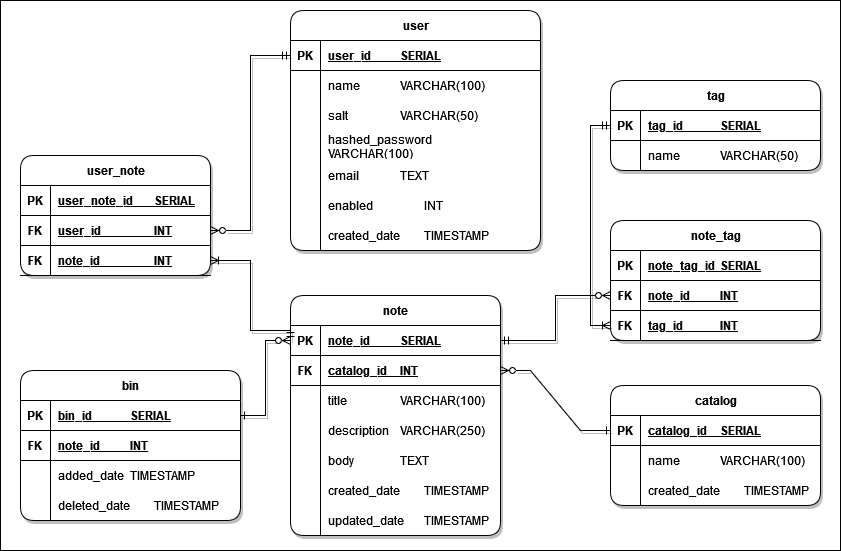
This is DB/ERD-diagram.drawio.png from Tomasz-Zdeb/Software-Engineering-Class-Project, a draw.io export, as it was before one commit. Source tidied: cells renumbered, new cells last; positions are measured from the earlier drawing's top-left corner, leaving out a move shared by most shapes.
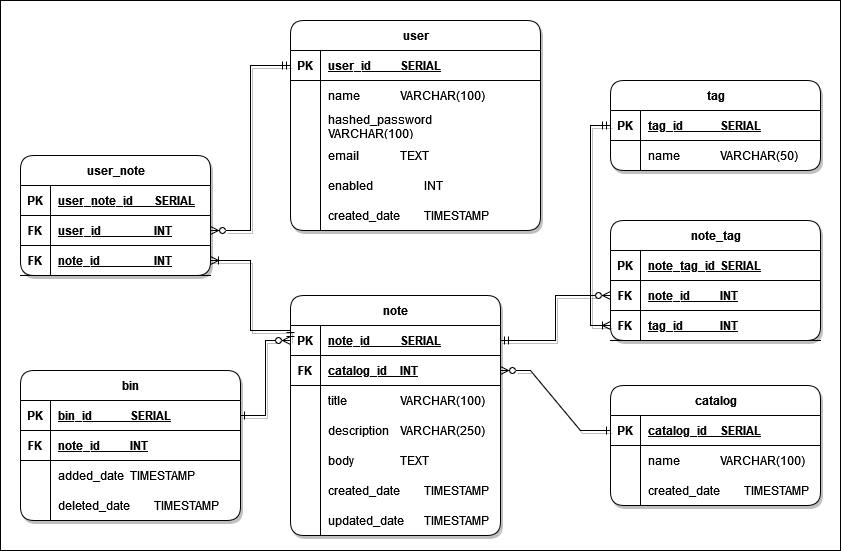
Above is the later version.

Commit message:
Updated diagram with correct hashing columns

Diff of the diagram source:
```diff
@@ -6,7 +6,7 @@
       <mxGeometry width="840" height="550" as="geometry" />
     </mxCell>
     <mxCell id="3" value="user" style="shape=table;startSize=30;rowLines=0;fontStyle=1;align=center;html=1;rounded=1;shadow=1;fillColor=#FFFFFF;gradientColor=none;swimlaneFillColor=default;" parent="1" vertex="1">
-      <mxGeometry x="290" y="10" width="250" height="240" as="geometry" />
+      <mxGeometry x="290" y="20" width="250" height="210" as="geometry" />
     </mxCell>
     <mxCell id="4" style="shape=tableRow;horizontal=0;startSize=0;swimlaneHead=0;swimlaneBody=0;fillColor=none;points=[[0,0.5],[1,0.5]];portConstraint=eastwest;top=0;left=0;right=0;bottom=1;" parent="3" vertex="1">
       <mxGeometry y="30" width="250" height="30" as="geometry" />
@@ -26,17 +26,8 @@
     <mxCell id="9" value="&lt;div align=&quot;justify&quot;&gt;name&lt;span style=&quot;white-space: pre;&quot;&gt;&#9;&lt;/span&gt;&lt;span style=&quot;white-space: pre;&quot;&gt;&#9;VARCHAR&lt;/span&gt;(100)&lt;/div&gt;" style="shape=partialRectangle;fillColor=none;top=0;left=0;bottom=0;right=0;align=left;spacingLeft=6;overflow=hidden;whiteSpace=wrap;html=1;" parent="7" vertex="1">
       <mxGeometry x="30" width="220" height="30" as="geometry" />
     </mxCell>
-    <mxCell id="10" style="shape=tableRow;horizontal=0;startSize=0;swimlaneHead=0;swimlaneBody=0;fillColor=none;top=0;left=0;right=0;bottom=0;" parent="3" vertex="1">
-      <mxGeometry y="90" width="250" height="30" as="geometry" />
-    </mxCell>
-    <mxCell id="11" style="shape=partialRectangle;fillColor=none;top=0;left=0;bottom=0;right=0;overflow=hidden;whiteSpace=wrap;html=1;" parent="10" vertex="1">
-      <mxGeometry width="30" height="30" as="geometry" />
-    </mxCell>
-    <mxCell id="12" value="&lt;div align=&quot;justify&quot;&gt;salt&lt;span style=&quot;white-space: pre;&quot;&gt;&#9;&lt;/span&gt;&lt;span style=&quot;white-space: pre;&quot;&gt;&#9;&lt;/span&gt;&lt;span style=&quot;white-space: pre;&quot;&gt;&#9;&lt;/span&gt;VARCHAR(50)&lt;/div&gt;" style="shape=partialRectangle;fillColor=none;top=0;left=0;bottom=0;right=0;align=left;spacingLeft=6;overflow=hidden;whiteSpace=wrap;html=1;" parent="10" vertex="1">
-      <mxGeometry x="30" width="220" height="30" as="geometry" />
-    </mxCell>
     <mxCell id="13" style="shape=tableRow;horizontal=0;startSize=0;swimlaneHead=0;swimlaneBody=0;fillColor=none;top=0;left=0;right=0;bottom=0;" parent="3" vertex="1">
-      <mxGeometry y="120" width="250" height="30" as="geometry" />
+      <mxGeometry y="90" width="250" height="30" as="geometry" />
     </mxCell>
     <mxCell id="14" style="shape=partialRectangle;fillColor=none;top=0;left=0;bottom=0;right=0;overflow=hidden;whiteSpace=wrap;html=1;" parent="13" vertex="1">
       <mxGeometry width="30" height="30" as="geometry" />
@@ -45,7 +36,7 @@
       <mxGeometry x="30" width="220" height="30" as="geometry" />
     </mxCell>
     <mxCell id="16" style="shape=tableRow;horizontal=0;startSize=0;swimlaneHead=0;swimlaneBody=0;fillColor=none;top=0;left=0;right=0;bottom=0;" parent="3" vertex="1">
-      <mxGeometry y="150" width="250" height="30" as="geometry" />
+      <mxGeometry y="120" width="250" height="30" as="geometry" />
     </mxCell>
     <mxCell id="17" style="shape=partialRectangle;fillColor=none;top=0;left=0;bottom=0;right=0;overflow=hidden;whiteSpace=wrap;html=1;" parent="16" vertex="1">
       <mxGeometry width="30" height="30" as="geometry" />
@@ -54,7 +45,7 @@
       <mxGeometry x="30" width="220" height="30" as="geometry" />
     </mxCell>
     <mxCell id="19" style="shape=tableRow;horizontal=0;startSize=0;swimlaneHead=0;swimlaneBody=0;fillColor=none;top=0;left=0;right=0;bottom=0;" parent="3" vertex="1">
-      <mxGeometry y="180" width="250" height="30" as="geometry" />
+      <mxGeometry y="150" width="250" height="30" as="geometry" />
     </mxCell>
     <mxCell id="20" style="shape=partialRectangle;fillColor=none;top=0;left=0;bottom=0;right=0;overflow=hidden;whiteSpace=wrap;html=1;" parent="19" vertex="1">
       <mxGeometry width="30" height="30" as="geometry" />
@@ -63,7 +54,7 @@
       <mxGeometry x="30" width="220" height="30" as="geometry" />
     </mxCell>
     <mxCell id="22" style="shape=tableRow;horizontal=0;startSize=0;swimlaneHead=0;swimlaneBody=0;fillColor=none;top=0;left=0;right=0;bottom=0;" parent="3" vertex="1">
-      <mxGeometry y="210" width="250" height="30" as="geometry" />
+      <mxGeometry y="180" width="250" height="30" as="geometry" />
     </mxCell>
     <mxCell id="23" style="shape=partialRectangle;fillColor=none;top=0;left=0;bottom=0;right=0;overflow=hidden;whiteSpace=wrap;html=1;" parent="22" vertex="1">
       <mxGeometry width="30" height="30" as="geometry" />
```
